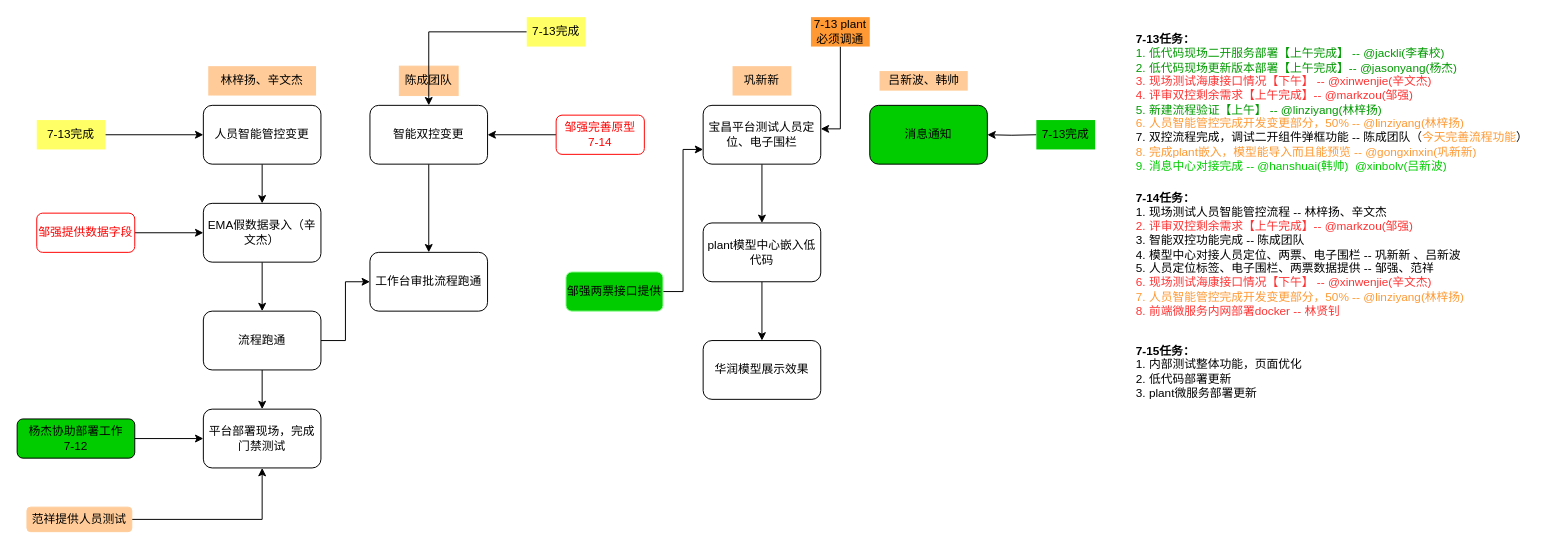
Earlier version of the draw.io diagram huarun.drawio (xugaoyang/drawio_docs). Source tidied: cells renumbered, new cells numbered last; positions are measured from the earlier drawing's top-left corner, leaving out a move shared by most shapes. Both pictures are drawn from the tidied source at 98%, with x=0, y=0 at pixel (17, 17).
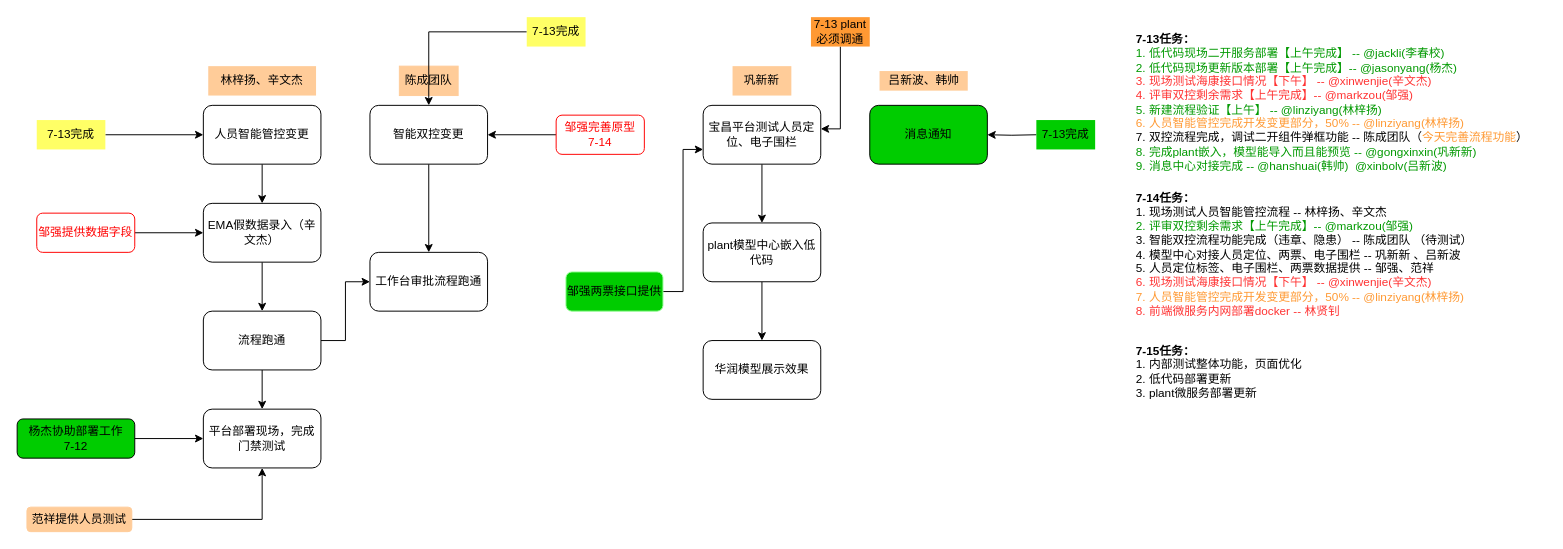
After the change.

What changed in the source:
```diff
@@
-    <mxCell id="41" value="&lt;b&gt;&lt;br&gt;7-13任务：&lt;/b&gt;&lt;br&gt;&lt;font color=&quot;#009900&quot;&gt;1.&amp;nbsp;低代码现场二开服务部署【上午完成】&amp;nbsp;--&amp;nbsp;@jackli(李春校)&amp;nbsp;&amp;nbsp;&lt;br&gt;2.&amp;nbsp;低代码现场更新版本部署【上午完成】--&amp;nbsp;@jasonyang(杨杰)&amp;nbsp;&amp;nbsp;&lt;/font&gt;&lt;br&gt;&lt;font color=&quot;#ff3333&quot;&gt;3.&amp;nbsp;现场测试海康接口情况【下午】&amp;nbsp;--&amp;nbsp;@xinwenjie(辛文杰)&amp;nbsp;&amp;nbsp;&lt;/font&gt;&lt;br&gt;&lt;font color=&quot;#ff3333&quot;&gt;4.&amp;nbsp;评审双控剩余需求【上午完成】--&amp;nbsp;@markzou(邹强)&amp;nbsp;&lt;/font&gt;&amp;nbsp;&lt;br&gt;&lt;font color=&quot;#009900&quot;&gt;5.&amp;nbsp;新建流程验证【上午】&amp;nbsp;--&amp;nbsp;@linziyang(林梓扬)&amp;nbsp;&amp;nbsp;&lt;/font&gt;&lt;br&gt;&lt;font color=&quot;#ff9933&quot;&gt;6.&amp;nbsp;人员智能管控完成开发变更部分，50% --&amp;nbsp;@linziyang(林梓扬)&amp;nbsp;&amp;nbsp;&lt;/font&gt;&lt;br&gt;7.&amp;nbsp;双控流程完成，调试二开组件弹框功能&amp;nbsp;--&amp;nbsp;陈成团队（&lt;font color=&quot;#ff9933&quot;&gt;今天完善流程功能&lt;/font&gt;）&lt;br&gt;&lt;font color=&quot;#ff9933&quot;&gt;8.&amp;nbsp;完成plant嵌入，模型能导入而且能预览&amp;nbsp;--&amp;nbsp;@gongxinxin(巩新新)&lt;/font&gt;&amp;nbsp;&amp;nbsp;&lt;br&gt;&lt;font color=&quot;#00cc00&quot;&gt;9.&amp;nbsp;消息中心对接完成&amp;nbsp;--&amp;nbsp;@hanshuai(韩帅)&amp;nbsp;&amp;nbsp;@xinbolv(吕新波)&amp;nbsp;&amp;nbsp;&lt;/font&gt;" style="text;html=1;align=left;verticalAlign=middle;strokeColor=none;fillColor=none;fontColor=#000000;" parent="1" vertex="1">
+    <mxCell id="41" value="&lt;b&gt;&lt;br&gt;7-13任务：&lt;/b&gt;&lt;br&gt;&lt;font color=&quot;#009900&quot;&gt;1.&amp;nbsp;低代码现场二开服务部署【上午完成】&amp;nbsp;--&amp;nbsp;@jackli(李春校)&amp;nbsp;&amp;nbsp;&lt;br&gt;2.&amp;nbsp;低代码现场更新版本部署【上午完成】--&amp;nbsp;@jasonyang(杨杰)&amp;nbsp;&amp;nbsp;&lt;/font&gt;&lt;br&gt;&lt;font color=&quot;#ff3333&quot;&gt;3.&amp;nbsp;现场测试海康接口情况【下午】&amp;nbsp;--&amp;nbsp;@xinwenjie(辛文杰)&amp;nbsp;&amp;nbsp;&lt;/font&gt;&lt;br&gt;&lt;font color=&quot;#ff3333&quot;&gt;4.&amp;nbsp;评审双控剩余需求【上午完成】--&amp;nbsp;@markzou(邹强)&amp;nbsp;&lt;/font&gt;&amp;nbsp;&lt;br&gt;&lt;font color=&quot;#009900&quot;&gt;5.&amp;nbsp;新建流程验证【上午】&amp;nbsp;--&amp;nbsp;@linziyang(林梓扬)&amp;nbsp;&amp;nbsp;&lt;/font&gt;&lt;br&gt;&lt;font color=&quot;#ff9933&quot;&gt;6.&amp;nbsp;人员智能管控完成开发变更部分，50% --&amp;nbsp;@linziyang(林梓扬)&amp;nbsp;&amp;nbsp;&lt;/font&gt;&lt;br&gt;7.&amp;nbsp;双控流程完成，调试二开组件弹框功能&amp;nbsp;--&amp;nbsp;陈成团队（&lt;font color=&quot;#ff9933&quot;&gt;今天完善流程功能&lt;/font&gt;）&lt;br&gt;&lt;font color=&quot;#009900&quot;&gt;8.&amp;nbsp;完成plant嵌入，模型能导入而且能预览&amp;nbsp;--&amp;nbsp;@gongxinxin(巩新新)&amp;nbsp;&amp;nbsp;&lt;/font&gt;&lt;br&gt;&lt;font color=&quot;#009900&quot;&gt;9.&amp;nbsp;消息中心对接完成&amp;nbsp;--&amp;nbsp;@hanshuai(韩帅)&amp;nbsp;&amp;nbsp;@xinbolv(吕新波)&amp;nbsp;&lt;/font&gt;&lt;font color=&quot;#00cc00&quot;&gt;&amp;nbsp;&lt;/font&gt;" style="text;html=1;align=left;verticalAlign=middle;strokeColor=none;fillColor=none;fontColor=#000000;" parent="1" vertex="1">
       <mxGeometry x="1140" width="420" height="160" as="geometry" />
     </mxCell>
-    <mxCell id="42" value="&lt;b&gt;&lt;br&gt;7-14任务：&lt;/b&gt;&lt;br&gt;1. 现场测试人员智能管控流程 -- 林梓扬、辛文杰&lt;br&gt;&lt;font color=&quot;#ff3333&quot;&gt;2.&amp;nbsp;评审双控剩余需求【上午完成】--&amp;nbsp;@markzou(邹强)&amp;nbsp;&lt;/font&gt;&amp;nbsp;&lt;br&gt;3. 智能双控功能完成 -- 陈成团队&amp;nbsp;&amp;nbsp;&lt;br&gt;4. 模型中心对接人员定位、两票、电子围栏 -- 巩新新 、吕新波&lt;br&gt;5. 人员定位标签、电子围栏、两票数据提供 -- 邹强、范祥&lt;br&gt;&lt;span style=&quot;color: rgb(255 , 51 , 51)&quot;&gt;6.&amp;nbsp;现场测试海康接口情况【下午】&amp;nbsp;--&amp;nbsp;@xinwenjie(辛文杰)&lt;br&gt;&lt;/span&gt;&lt;span style=&quot;color: rgb(255 , 153 , 51)&quot;&gt;7.&amp;nbsp;人员智能管控完成开发变更部分，50% --&amp;nbsp;@linziyang(林梓扬)&amp;nbsp;&amp;nbsp;&lt;br&gt;&lt;/span&gt;&lt;span style=&quot;color: rgb(255 , 51 , 51)&quot;&gt;8. 前端微服务内网部署docker -- 林贤钊&amp;nbsp;&lt;/span&gt;" style="text;html=1;align=left;verticalAlign=middle;strokeColor=none;fillColor=none;fontColor=#000000;" parent="1" vertex="1">
+    <mxCell id="42" value="&lt;b&gt;&lt;br&gt;7-14任务：&lt;/b&gt;&lt;br&gt;1. 现场测试人员智能管控流程 -- 林梓扬、辛文杰&lt;br&gt;&lt;font color=&quot;#009900&quot;&gt;2.&amp;nbsp;评审双控剩余需求【上午完成】--&amp;nbsp;@markzou(邹强)&amp;nbsp;&amp;nbsp;&lt;/font&gt;&lt;br&gt;3. 智能双控流程功能完成（违章、隐患） -- 陈成团队 （待测试）&amp;nbsp;&lt;br&gt;4. 模型中心对接人员定位、两票、电子围栏 -- 巩新新 、吕新波&lt;br&gt;5. 人员定位标签、电子围栏、两票数据提供 -- 邹强、范祥&lt;br&gt;&lt;span style=&quot;color: rgb(255 , 51 , 51)&quot;&gt;6.&amp;nbsp;现场测试海康接口情况【下午】&amp;nbsp;--&amp;nbsp;@xinwenjie(辛文杰)&lt;br&gt;&lt;/span&gt;&lt;span style=&quot;color: rgb(255 , 153 , 51)&quot;&gt;7.&amp;nbsp;人员智能管控完成开发变更部分，50% --&amp;nbsp;@linziyang(林梓扬)&amp;nbsp;&amp;nbsp;&lt;br&gt;&lt;/span&gt;&lt;span style=&quot;color: rgb(255 , 51 , 51)&quot;&gt;8. 前端微服务内网部署docker -- 林贤钊&amp;nbsp;&lt;/span&gt;" style="text;html=1;align=left;verticalAlign=middle;strokeColor=none;fillColor=none;fontColor=#000000;" parent="1" vertex="1">
       <mxGeometry x="1140" y="165" width="360" height="140" as="geometry" />
     </mxCell>
```
